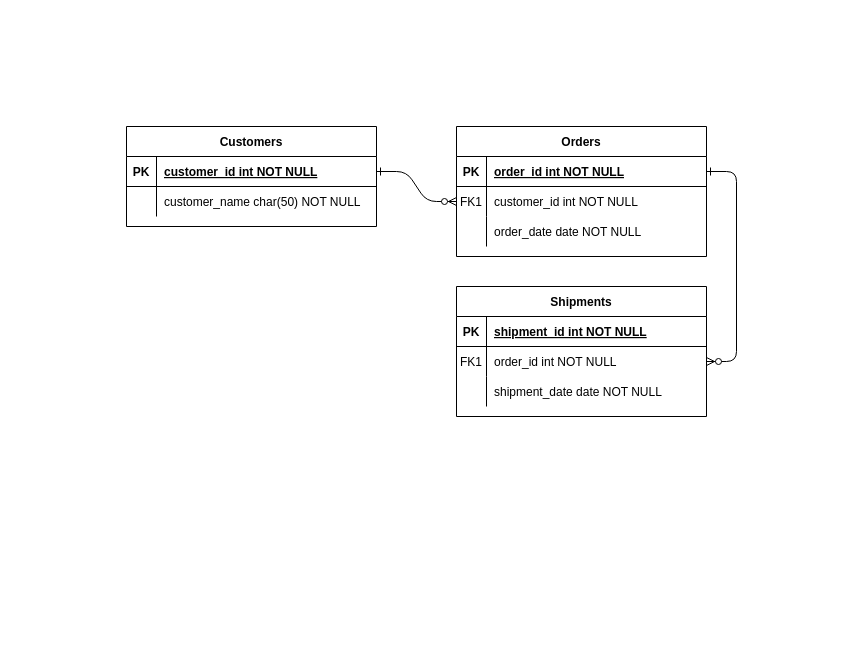
alexei-garrow/hey-about-that keeps this draw.io diagram as Untitled Diagram.drawio. Above is the earlier version. Source tidied: cells renumbered, new cells numbered last; positions are measured from the earlier drawing's top-left corner, leaving out a move shared by most shapes. Both pictures are drawn from the tidied source at 100%, with x=0, y=0 at pixel (126, 126).
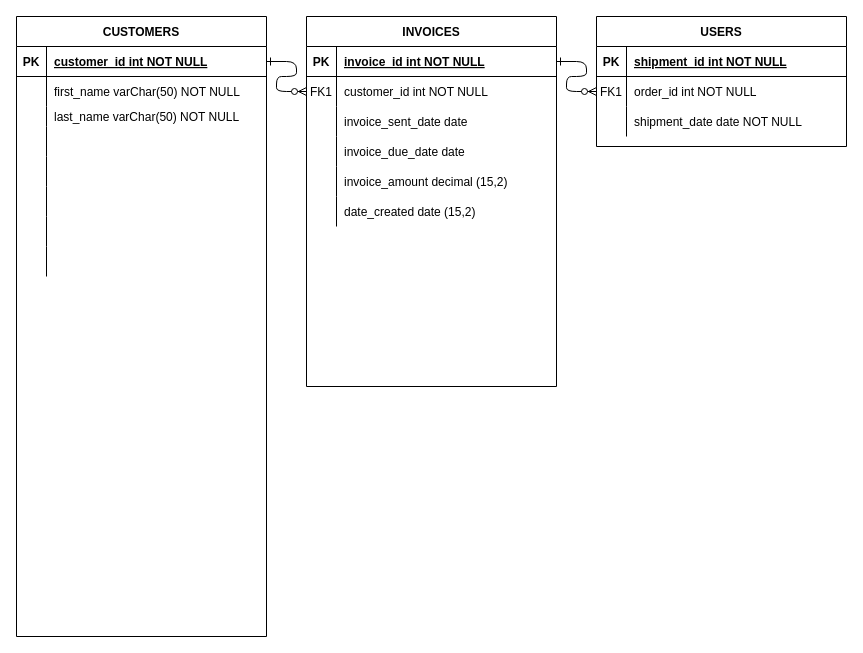
Above is the later version.

Commit message:
started entity relational diagram 'ERD'

Unchanged cells that the change refers to:
```xml
<mxCell id="5" style="shape=partialRectangle;fillColor=none;points=[[0,0.5],[1,0.5]];portConstraint=eastwest;top=0;left=0;right=0;bottom=1;" parent="4" vertex="1">
  <mxGeometry y="30" width="250" height="30" as="geometry" />
</mxCell>
<mxCell id="11" style="shape=partialRectangle;fillColor=none;top=0;left=0;right=0;bottom=0;" parent="4" vertex="1">
  <mxGeometry y="90" width="250" height="30" as="geometry" />
</mxCell>
<mxCell id="28" style="shape=partialRectangle;fillColor=none;top=0;left=0;right=0;bottom=0;" parent="24" vertex="1">
  <mxGeometry y="60" width="250" height="30" as="geometry" />
</mxCell>
```

The edit, as a diff of the source:
```diff
@@
-    <mxCell id="4" value="Orders" style="shape=table;startSize=30;childLayout=tableLayout;rowLines=0;fontStyle=1;align=center;" parent="1" vertex="1">
-      <mxGeometry x="330" width="250" height="130" as="geometry" />
+    <mxCell id="4" value="INVOICES" style="shape=table;startSize=30;childLayout=tableLayout;rowLines=0;fontStyle=1;align=center;" parent="1" vertex="1">
+      <mxGeometry x="180" y="-110" width="250" height="370" as="geometry" />
     </mxCell>
@@
-    <mxCell id="7" value="order_id int NOT NULL " style="shape=partialRectangle;overflow=hidden;fillColor=none;top=0;left=0;bottom=0;right=0;align=left;spacingLeft=6;fontStyle=5;" parent="5" vertex="1">
+    <mxCell id="7" value="invoice_id int NOT NULL " style="shape=partialRectangle;overflow=hidden;fillColor=none;top=0;left=0;bottom=0;right=0;align=left;spacingLeft=6;fontStyle=5;" parent="5" vertex="1">
       <mxGeometry x="30" width="220" height="30" as="geometry" />
     </mxCell>
@@
-    <mxCell id="13" value="order_date date NOT NULL" style="shape=partialRectangle;overflow=hidden;fillColor=none;top=0;left=0;bottom=0;right=0;align=left;spacingLeft=6;" parent="11" vertex="1">
+    <mxCell id="13" value="invoice_sent_date date " style="shape=partialRectangle;overflow=hidden;fillColor=none;top=0;left=0;bottom=0;right=0;align=left;spacingLeft=6;" parent="11" vertex="1">
       <mxGeometry x="30" width="220" height="30" as="geometry" />
     </mxCell>
+    <mxCell id="31" style="shape=partialRectangle;fillColor=none;top=0;left=0;right=0;bottom=0;" parent="4" vertex="1">
+      <mxGeometry y="120" width="250" height="30" as="geometry" />
+    </mxCell>
+    <mxCell id="32" style="shape=partialRectangle;overflow=hidden;fillColor=none;top=0;left=0;bottom=0;right=0;" parent="31" vertex="1">
+      <mxGeometry width="30" height="30" as="geometry" />
+    </mxCell>
+    <mxCell id="33" value="invoice_due_date date " style="shape=partialRectangle;overflow=hidden;fillColor=none;top=0;left=0;bottom=0;right=0;align=left;spacingLeft=6;" parent="31" vertex="1">
+      <mxGeometry x="30" width="220" height="30" as="geometry" />
+    </mxCell>
+    <mxCell id="34" style="shape=partialRectangle;fillColor=none;top=0;left=0;right=0;bottom=0;" parent="4" vertex="1">
+      <mxGeometry y="150" width="250" height="30" as="geometry" />
+    </mxCell>
+    <mxCell id="35" style="shape=partialRectangle;overflow=hidden;fillColor=none;top=0;left=0;bottom=0;right=0;" parent="34" vertex="1">
+      <mxGeometry width="30" height="30" as="geometry" />
+    </mxCell>
+    <mxCell id="36" value="invoice_amount decimal (15,2)" style="shape=partialRectangle;overflow=hidden;fillColor=none;top=0;left=0;bottom=0;right=0;align=left;spacingLeft=6;" parent="34" vertex="1">
+      <mxGeometry x="30" width="220" height="30" as="geometry" />
+    </mxCell>
+    <mxCell id="37" style="shape=partialRectangle;fillColor=none;top=0;left=0;right=0;bottom=0;" parent="4" vertex="1">
+      <mxGeometry y="180" width="250" height="30" as="geometry" />
+    </mxCell>
+    <mxCell id="38" style="shape=partialRectangle;overflow=hidden;fillColor=none;top=0;left=0;bottom=0;right=0;" parent="37" vertex="1">
+      <mxGeometry width="30" height="30" as="geometry" />
+    </mxCell>
+    <mxCell id="39" value="date_created date (15,2)" style="shape=partialRectangle;overflow=hidden;fillColor=none;top=0;left=0;bottom=0;right=0;align=left;spacingLeft=6;" parent="37" vertex="1">
+      <mxGeometry x="30" width="220" height="30" as="geometry" />
+    </mxCell>
-    <mxCell id="14" value="Shipments" style="shape=table;startSize=30;childLayout=tableLayout;rowLines=0;fontStyle=1;align=center;" parent="1" vertex="1">
-      <mxGeometry x="330" y="160" width="250" height="130" as="geometry" />
+    <mxCell id="14" value="USERS" style="shape=table;startSize=30;childLayout=tableLayout;rowLines=0;fontStyle=1;align=center;" parent="1" vertex="1">
+      <mxGeometry x="470" y="-110" width="250" height="130" as="geometry" />
     </mxCell>
@@
-    <mxCell id="24" value="Customers" style="shape=table;startSize=30;childLayout=tableLayout;rowLines=0;fontStyle=1;align=center;" parent="1" vertex="1">
-      <mxGeometry width="250" height="100" as="geometry" />
+    <mxCell id="24" value="CUSTOMERS" style="shape=table;startSize=30;childLayout=tableLayout;rowLines=0;fontStyle=1;align=center;" parent="1" vertex="1">
+      <mxGeometry x="-110" y="-110" width="250" height="620" as="geometry" />
     </mxCell>
@@
-    <mxCell id="30" value="customer_name char(50) NOT NULL" style="shape=partialRectangle;overflow=hidden;fillColor=none;top=0;left=0;bottom=0;right=0;align=left;spacingLeft=6;" parent="28" vertex="1">
+    <mxCell id="30" value="first_name varChar(50) NOT NULL" style="shape=partialRectangle;overflow=hidden;fillColor=none;top=0;left=0;bottom=0;right=0;align=left;spacingLeft=6;" parent="28" vertex="1">
       <mxGeometry x="30" width="220" height="30" as="geometry" />
     </mxCell>
+    <mxCell id="40" style="shape=partialRectangle;fillColor=none;top=0;left=0;right=0;bottom=0;" parent="24" vertex="1">
+      <mxGeometry y="90" width="250" height="20" as="geometry" />
+    </mxCell>
+    <mxCell id="41" style="shape=partialRectangle;overflow=hidden;fillColor=none;top=0;left=0;bottom=0;right=0;" parent="40" vertex="1">
+      <mxGeometry width="30" height="20" as="geometry" />
+    </mxCell>
+    <mxCell id="42" value="last_name varChar(50) NOT NULL" style="shape=partialRectangle;overflow=hidden;fillColor=none;top=0;left=0;bottom=0;right=0;align=left;spacingLeft=6;" parent="40" vertex="1">
+      <mxGeometry x="30" width="220" height="20" as="geometry" />
+    </mxCell>
+    <mxCell id="43" style="shape=partialRectangle;fillColor=none;top=0;left=0;right=0;bottom=0;" parent="24" vertex="1">
+      <mxGeometry y="110" width="250" height="30" as="geometry" />
+    </mxCell>
+    <mxCell id="44" style="shape=partialRectangle;overflow=hidden;fillColor=none;top=0;left=0;bottom=0;right=0;" parent="43" vertex="1">
+      <mxGeometry width="30" height="30" as="geometry" />
+    </mxCell>
+    <mxCell id="45" style="shape=partialRectangle;overflow=hidden;fillColor=none;top=0;left=0;bottom=0;right=0;align=left;spacingLeft=6;" parent="43" vertex="1">
+      <mxGeometry x="30" width="220" height="30" as="geometry" />
+    </mxCell>
+    <mxCell id="46" style="shape=partialRectangle;fillColor=none;top=0;left=0;right=0;bottom=0;" parent="24" vertex="1">
+      <mxGeometry y="140" width="250" height="30" as="geometry" />
+    </mxCell>
+    <mxCell id="47" style="shape=partialRectangle;overflow=hidden;fillColor=none;top=0;left=0;bottom=0;right=0;" parent="46" vertex="1">
+      <mxGeometry width="30" height="30" as="geometry" />
+    </mxCell>
+    <mxCell id="48" style="shape=partialRectangle;overflow=hidden;fillColor=none;top=0;left=0;bottom=0;right=0;align=left;spacingLeft=6;" parent="46" vertex="1">
+      <mxGeometry x="30" width="220" height="30" as="geometry" />
+    </mxCell>
+    <mxCell id="49" style="shape=partialRectangle;fillColor=none;top=0;left=0;right=0;bottom=0;" parent="24" vertex="1">
+      <mxGeometry y="170" width="250" height="30" as="geometry" />
+    </mxCell>
+    <mxCell id="50" style="shape=partialRectangle;overflow=hidden;fillColor=none;top=0;left=0;bottom=0;right=0;" parent="49" vertex="1">
+      <mxGeometry width="30" height="30" as="geometry" />
+    </mxCell>
+    <mxCell id="51" style="shape=partialRectangle;overflow=hidden;fillColor=none;top=0;left=0;bottom=0;right=0;align=left;spacingLeft=6;" parent="49" vertex="1">
+      <mxGeometry x="30" width="220" height="30" as="geometry" />
+    </mxCell>
+    <mxCell id="52" style="shape=partialRectangle;fillColor=none;top=0;left=0;right=0;bottom=0;" parent="24" vertex="1">
+      <mxGeometry y="200" width="250" height="30" as="geometry" />
+    </mxCell>
+    <mxCell id="53" style="shape=partialRectangle;overflow=hidden;fillColor=none;top=0;left=0;bottom=0;right=0;" parent="52" vertex="1">
+      <mxGeometry width="30" height="30" as="geometry" />
+    </mxCell>
+    <mxCell id="54" style="shape=partialRectangle;overflow=hidden;fillColor=none;top=0;left=0;bottom=0;right=0;align=left;spacingLeft=6;" parent="52" vertex="1">
+      <mxGeometry x="30" width="220" height="30" as="geometry" />
+    </mxCell>
+    <mxCell id="55" style="shape=partialRectangle;fillColor=none;top=0;left=0;right=0;bottom=0;" parent="24" vertex="1">
+      <mxGeometry y="230" width="250" height="30" as="geometry" />
+    </mxCell>
+    <mxCell id="56" style="shape=partialRectangle;overflow=hidden;fillColor=none;top=0;left=0;bottom=0;right=0;" parent="55" vertex="1">
+      <mxGeometry width="30" height="30" as="geometry" />
+    </mxCell>
+    <mxCell id="57" style="shape=partialRectangle;overflow=hidden;fillColor=none;top=0;left=0;bottom=0;right=0;align=left;spacingLeft=6;" parent="55" vertex="1">
+      <mxGeometry x="30" width="220" height="30" as="geometry" />
+    </mxCell>
```
